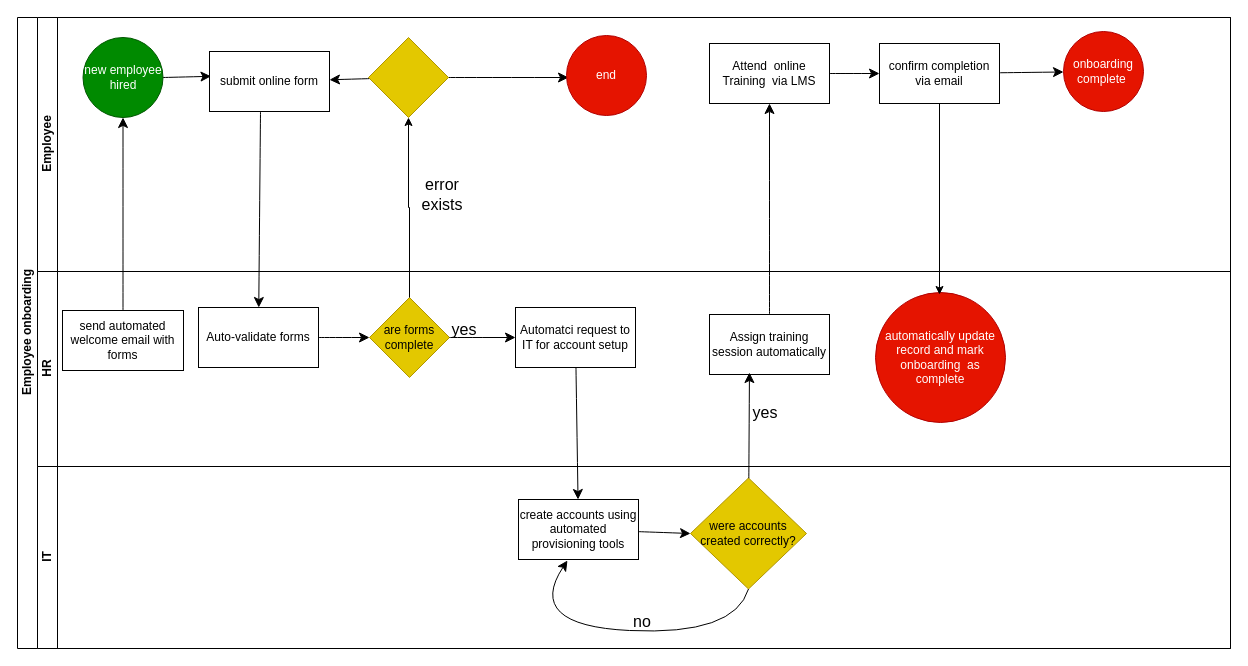
The draw.io diagram EliThomas.drawio in Tiedaman33/zero_day, before the edit. Source tidied: cells renumbered, new cells numbered last; positions are measured from the earlier drawing's top-left corner, leaving out a move shared by most shapes. Both pictures are drawn from the tidied source at 100%, with x=0, y=0 at pixel (17, 17).
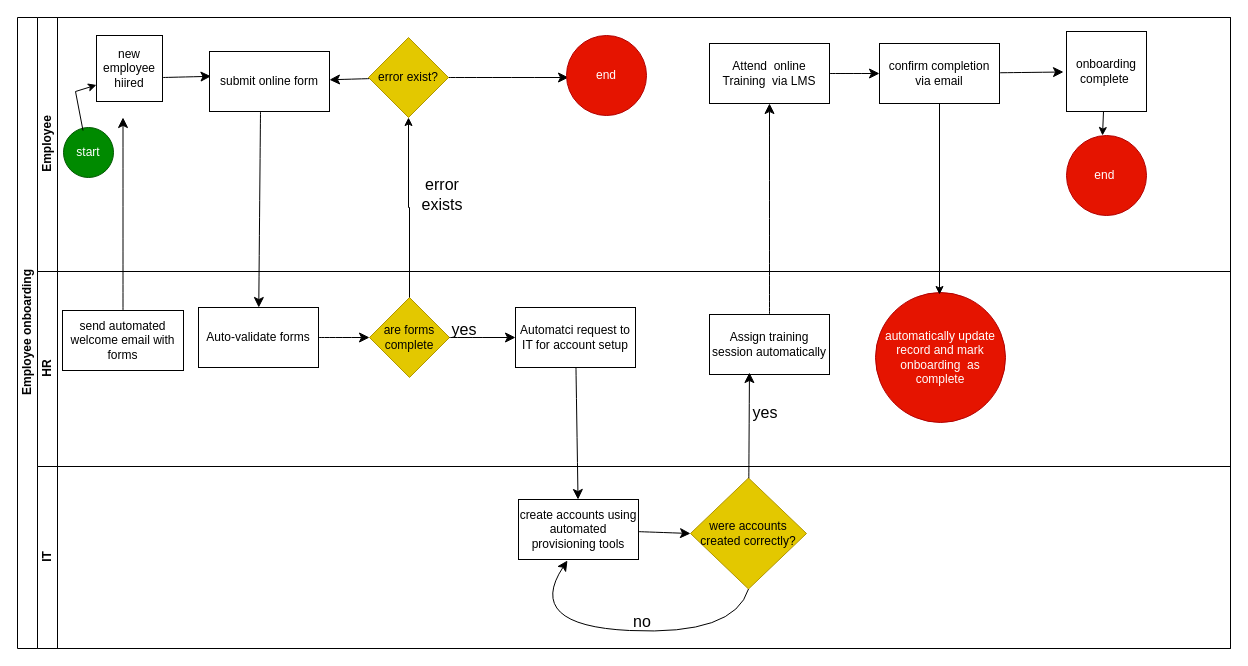
After the change.

Unchanged cells that the change refers to:
```xml
<mxCell id="2" value="Employee onboarding" style="swimlane;horizontal=0;startSize=20;html=1;" parent="1" vertex="1">
  <mxGeometry width="1213" height="631" as="geometry" />
</mxCell>
<mxCell id="3" value="Employee" style="swimlane;startSize=20;horizontal=0;html=1;" parent="2" vertex="1">
  <mxGeometry x="20" width="1193" height="254" as="geometry" />
</mxCell>
<mxCell id="15" value="confirm completion via email" style="whiteSpace=wrap;html=1;rounded=0;" parent="3" vertex="1">
  <mxGeometry x="842" y="26" width="120" height="60" as="geometry" />
</mxCell>
<mxCell id="20" value="&lt;font&gt;send automated welcome email with forms&lt;/font&gt;" style="rounded=0;whiteSpace=wrap;html=1;" parent="19" vertex="1">
  <mxGeometry x="25" y="39" width="121" height="60" as="geometry" />
</mxCell>
```

Diff of the diagram source:
```diff
@@
-    <mxCell id="4" value="new employee hired" style="ellipse;whiteSpace=wrap;html=1;fillColor=#008a00;strokeColor=#005700;fontColor=#ffffff;" parent="3" vertex="1">
-      <mxGeometry x="45.5" y="20" width="80" height="80" as="geometry" />
-    </mxCell>
@@
-    <mxCell id="6" style="endArrow=classic;html=1;rounded=0;fontSize=12;startSize=8;endSize=8;curved=1;entryX=0;entryY=0.25;entryDx=0;entryDy=0;exitX=1;exitY=0.5;exitDx=0;exitDy=0;" parent="3" edge="1" source="4">
+    <mxCell id="6" style="endArrow=classic;html=1;rounded=0;fontSize=12;startSize=8;endSize=8;curved=1;entryX=0;entryY=0.25;entryDx=0;entryDy=0;exitX=1;exitY=0.5;exitDx=0;exitDy=0;" parent="3" edge="1">
       <mxGeometry relative="1" as="geometry">
+        <mxPoint x="125.5" y="60" as="sourcePoint" />
         <mxPoint x="173.5" y="58.8" as="targetPoint" />
       </mxGeometry>
     </mxCell>
@@
-    <mxCell id="10" style="rhombus;whiteSpace=wrap;html=1;fillColor=#e3c800;strokeColor=#B09500;fontColor=#000000;" parent="3" vertex="1">
+    <mxCell id="10" value="error exist?" style="rhombus;whiteSpace=wrap;html=1;fillColor=#e3c800;strokeColor=#B09500;fontColor=#000000;" parent="3" vertex="1">
       <mxGeometry x="331" y="20" width="80" height="80" as="geometry" />
     </mxCell>
@@
-    <mxCell id="14" style="edgeStyle=none;curved=1;rounded=0;jettySize=auto;html=1;fontSize=12;startSize=8;endSize=8;" parent="3" edge="1" source="15" target="16">
-      <mxGeometry relative="1" as="geometry" />
+    <mxCell id="14" style="edgeStyle=none;curved=1;rounded=0;jettySize=auto;html=1;fontSize=12;startSize=8;endSize=8;" parent="3" edge="1" source="15">
+      <mxGeometry relative="1" as="geometry">
+        <mxPoint x="1026" y="54.5" as="targetPoint" />
+      </mxGeometry>
     </mxCell>
@@
+    <mxCell id="41" value="start" style="ellipse;whiteSpace=wrap;html=1;fillColor=#008a00;fontColor=#ffffff;strokeColor=#005700;" parent="3" vertex="1">
+      <mxGeometry x="26" y="110" width="50" height="50" as="geometry" />
+    </mxCell>
+    <mxCell id="42" style="endArrow=classic;html=1;rounded=0;entryX=0;entryY=0.75;entryDx=0;entryDy=0;" parent="3" edge="1" target="45">
+      <mxGeometry relative="1" as="geometry">
+        <mxPoint x="45.5" y="113" as="sourcePoint" />
+        <Array as="points">
+          <mxPoint x="38" y="74" />
+        </Array>
+      </mxGeometry>
+    </mxCell>
+    <mxCell id="43" value="end&amp;nbsp;" style="ellipse;whiteSpace=wrap;html=1;fillColor=#e51400;fontColor=#ffffff;strokeColor=#B20000;" parent="3" vertex="1">
+      <mxGeometry x="1029" y="118" width="80" height="80" as="geometry" />
+    </mxCell>
+    <mxCell id="44" style="endArrow=classic;html=1;rounded=0;" parent="3" edge="1">
+      <mxGeometry relative="1" as="geometry">
+        <mxPoint x="1066" y="94" as="sourcePoint" />
+        <mxPoint x="1065" y="118" as="targetPoint" />
+      </mxGeometry>
+    </mxCell>
+    <mxCell id="45" value="new employee hiired" style="whiteSpace=wrap;html=1;" parent="3" vertex="1">
+      <mxGeometry x="59" y="18" width="66" height="66" as="geometry" />
+    </mxCell>
-    <mxCell id="16" value="onboarding complete&amp;nbsp;" style="ellipse;whiteSpace=wrap;html=1;rounded=0;fillColor=#e51400;strokeColor=#B20000;fontColor=#ffffff;" parent="3" vertex="1">
-      <mxGeometry x="1026" y="14" width="80" height="80" as="geometry" />
+    <mxCell id="16" value="onboarding complete&amp;nbsp;" style="whiteSpace=wrap;html=1;" parent="3" vertex="1">
+      <mxGeometry x="1029" y="14" width="80" height="80" as="geometry" />
     </mxCell>
-    <mxCell id="17" style="endArrow=classic;html=1;rounded=0;fontSize=12;startSize=8;endSize=8;curved=1;exitX=0.5;exitY=0;exitDx=0;exitDy=0;entryX=0.5;entryY=1;entryDx=0;entryDy=0;" parent="2" edge="1" source="20" target="4">
-      <mxGeometry relative="1" as="geometry" />
+    <mxCell id="17" style="endArrow=classic;html=1;rounded=0;fontSize=12;startSize=8;endSize=8;curved=1;exitX=0.5;exitY=0;exitDx=0;exitDy=0;entryX=0.5;entryY=1;entryDx=0;entryDy=0;" parent="2" edge="1" source="20">
+      <mxGeometry relative="1" as="geometry">
+        <mxPoint x="105.5" y="100" as="targetPoint" />
+      </mxGeometry>
     </mxCell>
```
